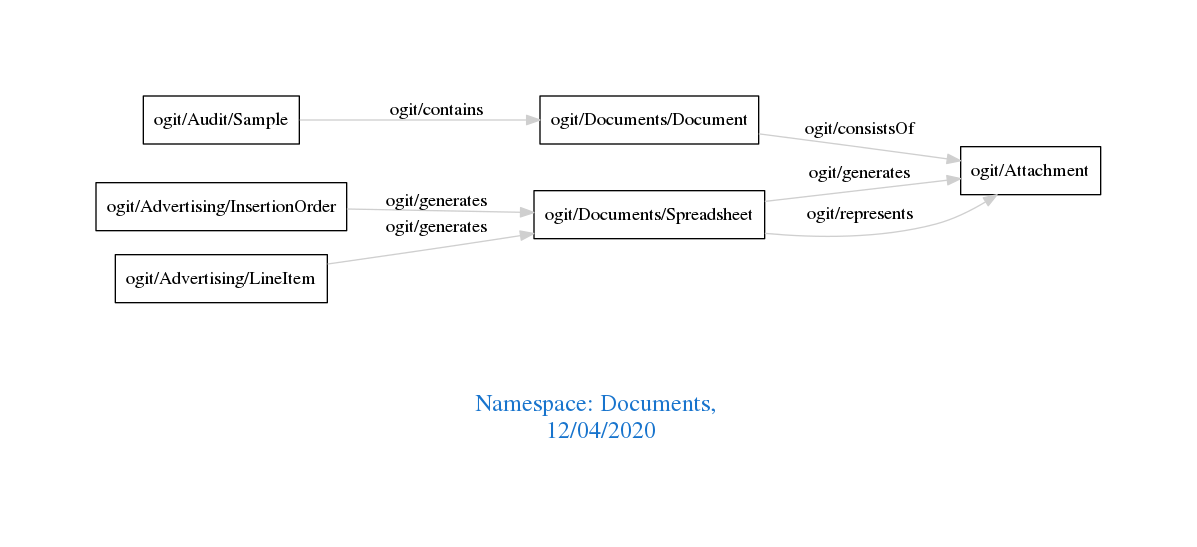
arago/OGIT keeps this Graphviz diagram as downloads/Documents.png. Above is the earlier version. Its source is kept beside it as downloads/Documents.dot.
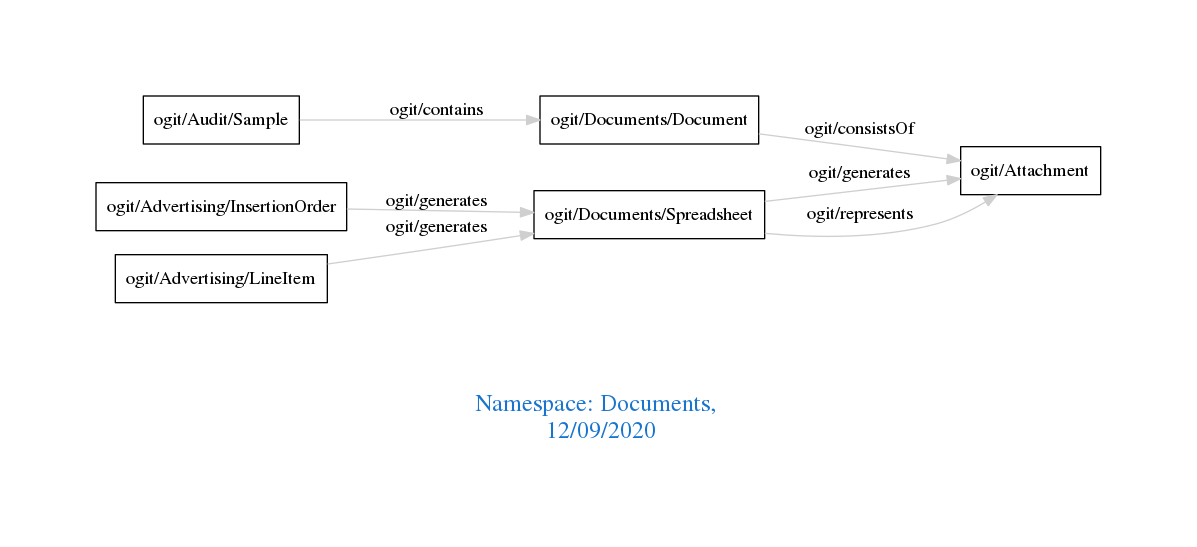
After the change.

What changed in the source:
```diff
@@ -1,7 +1,7 @@
 digraph OGIT_ontology {
  graph [ rankdir= LR,pad=1
 fontsize = 18,
-fontcolor= dodgerblue3,label = "\n\n\nNamespace: Documents, \n 12/04/2020"];
+fontcolor= dodgerblue3,label = "\n\n\nNamespace: Documents, \n 12/09/2020"];
 node[shape=polygon];
 edge [  color="gray81"];
 
```
